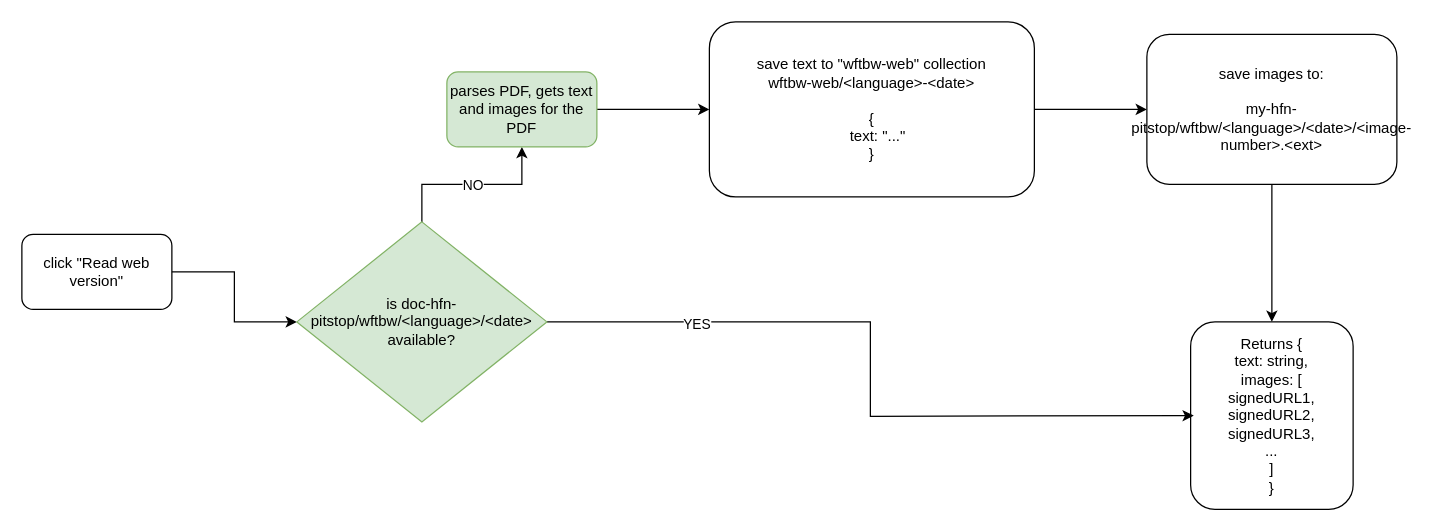
appsparkler/draw.io keeps this draw.io diagram as page "Read Web Version" (7 of 7) of my-hfn-pitstop.drawio. Above is the earlier version. Source tidied: cells renumbered, new cells numbered last; positions are measured from the earlier drawing's top-left corner, leaving out a move shared by most shapes. Both pictures are drawn from the tidied source at 125%, with x=0, y=0 at pixel (21, 21).
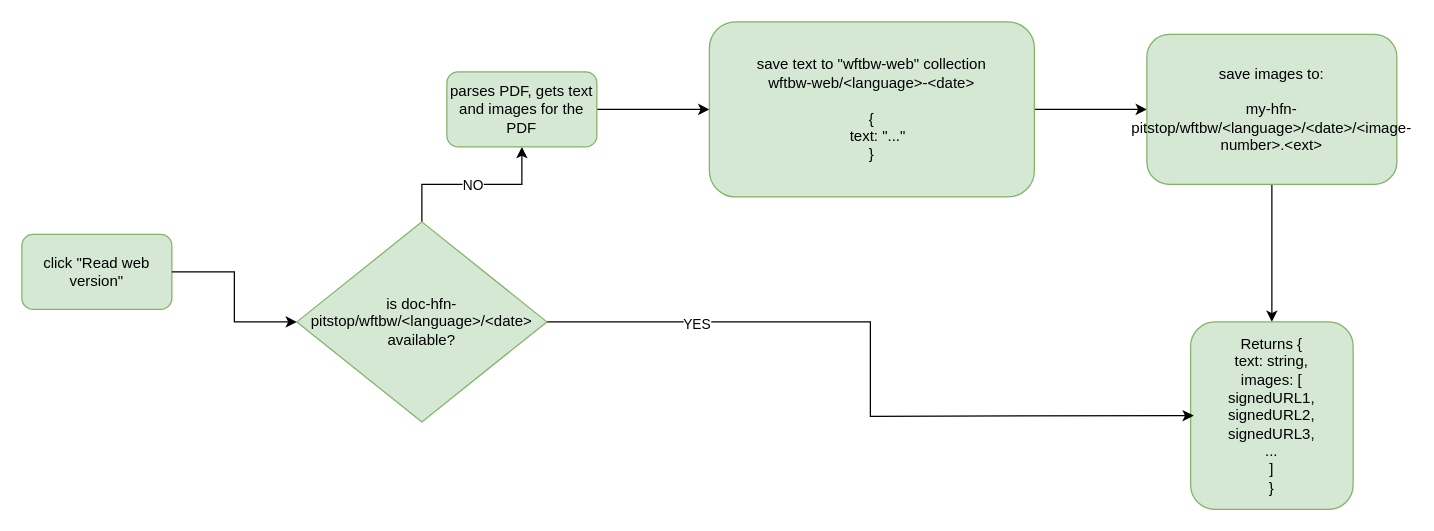
After the change.

Diff of the diagram source:
```diff
@@
 <mxGraphModel>
   <root>
     <mxCell id="0" />
     <mxCell id="1" parent="0" />
     <mxCell id="2" style="edgeStyle=orthogonalEdgeStyle;rounded=0;jettySize=auto;html=1;" parent="1" edge="1" source="15" target="6">
       <mxGeometry relative="1" as="geometry" />
     </mxCell>
     <mxCell id="3" value="NO" style="edgeLabel;html=1;align=center;verticalAlign=middle;" parent="2" vertex="1">
       <mxGeometry x="-0.41" y="2" relative="1" as="geometry">
         <mxPoint x="29" y="2" as="offset" />
       </mxGeometry>
     </mxCell>
-    <mxCell id="4" value="click &quot;Read web version&quot;" style="rounded=1;whiteSpace=wrap;html=1;" parent="1" vertex="1">
+    <mxCell id="4" value="click &quot;Read web version&quot;" style="rounded=1;whiteSpace=wrap;html=1;fillColor=#d5e8d4;strokeColor=#82b366;" parent="1" vertex="1">
       <mxGeometry y="170" width="120" height="60" as="geometry" />
     </mxCell>
     <mxCell id="5" style="edgeStyle=orthogonalEdgeStyle;rounded=0;jettySize=auto;html=1;" parent="1" edge="1" source="6" target="8">
       <mxGeometry relative="1" as="geometry" />
     </mxCell>
     <mxCell id="6" value="parses PDF, gets text and images for the PDF" style="whiteSpace=wrap;html=1;rounded=1;fillColor=#d5e8d4;strokeColor=#82b366;" parent="1" vertex="1">
       <mxGeometry x="340" y="40" width="120" height="60" as="geometry" />
     </mxCell>
     <mxCell id="7" style="edgeStyle=orthogonalEdgeStyle;rounded=0;jettySize=auto;html=1;" parent="1" edge="1" source="8" target="10">
       <mxGeometry relative="1" as="geometry" />
     </mxCell>
-    <mxCell id="8" value="save text to &quot;wftbw-web&quot; collection&lt;br&gt;wftbw-web/&amp;lt;language&amp;gt;-&amp;lt;date&amp;gt;&lt;br&gt;&lt;br&gt;{&lt;br&gt;&amp;nbsp; &amp;nbsp;text: &quot;...&quot;&lt;br&gt;}" style="whiteSpace=wrap;html=1;rounded=1;" parent="1" vertex="1">
+    <mxCell id="8" value="save text to &quot;wftbw-web&quot; collection&lt;br&gt;wftbw-web/&amp;lt;language&amp;gt;-&amp;lt;date&amp;gt;&lt;br&gt;&lt;br&gt;{&lt;br&gt;&amp;nbsp; &amp;nbsp;text: &quot;...&quot;&lt;br&gt;}" style="whiteSpace=wrap;html=1;rounded=1;fillColor=#d5e8d4;strokeColor=#82b366;" parent="1" vertex="1">
       <mxGeometry x="550" width="260" height="140" as="geometry" />
     </mxCell>
     <mxCell id="9" style="edgeStyle=orthogonalEdgeStyle;rounded=0;jettySize=auto;html=1;" parent="1" edge="1" source="10" target="11">
       <mxGeometry relative="1" as="geometry" />
     </mxCell>
-    <mxCell id="10" value="save images to:&lt;br&gt;&lt;br&gt;my-hfn-pitstop/wftbw/&amp;lt;language&amp;gt;/&amp;lt;date&amp;gt;/&amp;lt;image-number&amp;gt;.&amp;lt;ext&amp;gt;" style="whiteSpace=wrap;html=1;rounded=1;" parent="1" vertex="1">
+    <mxCell id="10" value="save images to:&lt;br&gt;&lt;br&gt;my-hfn-pitstop/wftbw/&amp;lt;language&amp;gt;/&amp;lt;date&amp;gt;/&amp;lt;image-number&amp;gt;.&amp;lt;ext&amp;gt;" style="whiteSpace=wrap;html=1;rounded=1;fillColor=#d5e8d4;strokeColor=#82b366;" parent="1" vertex="1">
       <mxGeometry x="900" y="10" width="200" height="120" as="geometry" />
     </mxCell>
-    <mxCell id="11" value="Returns {&lt;br&gt;&lt;div&gt;text: string,&lt;/div&gt;&lt;div&gt;images: [&lt;/div&gt;&lt;div&gt;signedURL1,&lt;br&gt;signedURL2,&lt;br&gt;signedURL3,&lt;br&gt;...&lt;/div&gt;&lt;div&gt;]&lt;/div&gt;}" style="whiteSpace=wrap;html=1;rounded=1;" parent="1" vertex="1">
+    <mxCell id="11" value="Returns {&lt;br&gt;&lt;div&gt;text: string,&lt;/div&gt;&lt;div&gt;images: [&lt;/div&gt;&lt;div&gt;signedURL1,&lt;br&gt;signedURL2,&lt;br&gt;signedURL3,&lt;br&gt;...&lt;/div&gt;&lt;div&gt;]&lt;/div&gt;}" style="whiteSpace=wrap;html=1;rounded=1;fillColor=#d5e8d4;strokeColor=#82b366;" parent="1" vertex="1">
       <mxGeometry x="935" y="240" width="130" height="150" as="geometry" />
     </mxCell>
     <mxCell id="12" style="edgeStyle=orthogonalEdgeStyle;rounded=0;jettySize=auto;html=1;" parent="1" edge="1" source="4" target="15">
       <mxGeometry relative="1" as="geometry" />
     </mxCell>
     <mxCell id="13" style="edgeStyle=orthogonalEdgeStyle;rounded=0;jettySize=auto;html=1;entryX=0;entryY=0.5;entryDx=0;entryDy=0;exitX=1;exitY=0.5;exitDx=0;exitDy=0;" parent="1" edge="1" source="15">
       <mxGeometry relative="1" as="geometry">
         <mxPoint x="937.5" y="315" as="targetPoint" />
       </mxGeometry>
     </mxCell>
     <mxCell id="14" value="YES" style="edgeLabel;html=1;align=center;verticalAlign=middle;" parent="13" vertex="1">
       <mxGeometry x="-0.6" y="-1" relative="1" as="geometry" />
     </mxCell>
     <mxCell id="15" value="is doc-hfn-pitstop/wftbw/&amp;lt;language&amp;gt;/&amp;lt;date&amp;gt; available?" style="rhombus;whiteSpace=wrap;html=1;fontStyle=0;fillColor=#d5e8d4;strokeColor=#82b366;" parent="1" vertex="1">
       <mxGeometry x="220" y="160" width="200" height="160" as="geometry" />
     </mxCell>
   </root>
 </mxGraphModel>
```
